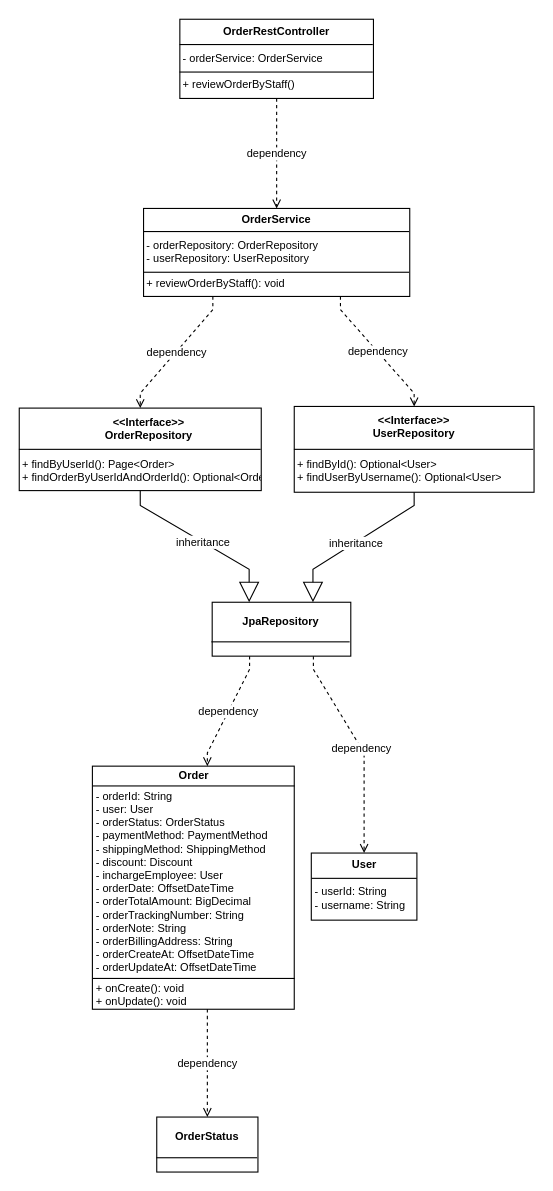
The draw.io diagram docs/drawio/approve-order-class-diagram.drawio in maxwell1904/SWP391, before the edit. Source tidied: cells renumbered, new cells numbered last; positions are measured from the earlier drawing's top-left corner, leaving out a move shared by most shapes. Both pictures are drawn from the tidied source at 110%, with x=0, y=0 at pixel (19, 19).
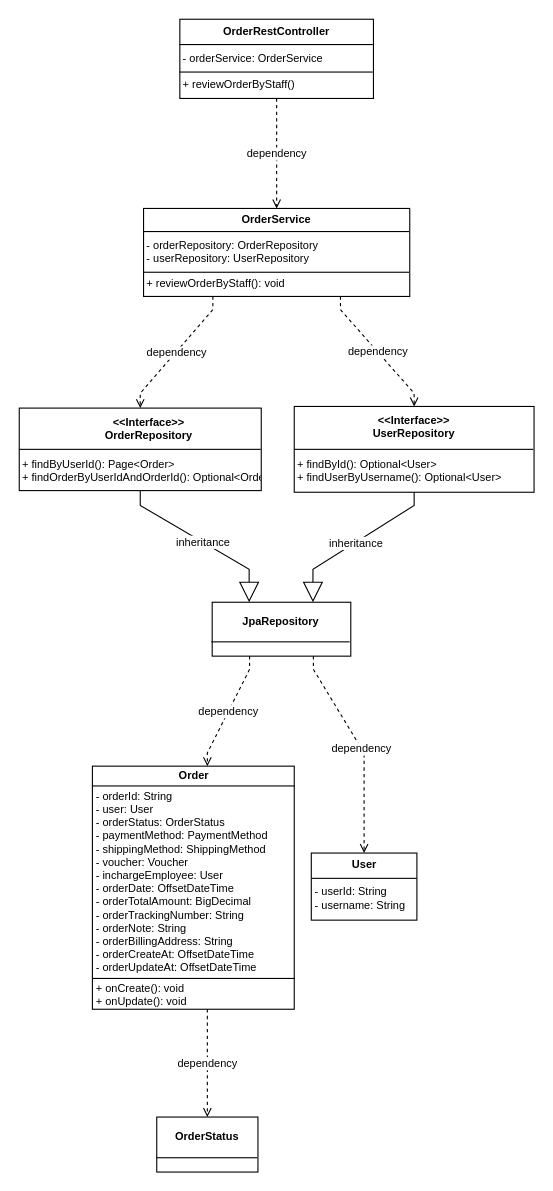
The same page after the edit.

The edit, as a diff of the source:
```diff
@@
-    <mxCell id="7" value="&lt;table style=&quot;width:100%;height:100%;border-collapse:collapse;font-size:10px;font-family:Helvetica;&quot; cellpadding=&quot;3&quot; cellspacing=&quot;0&quot;&gt;&lt;tr&gt;&lt;td style=&quot;border-bottom:1px solid #000;text-align:center;&quot;&gt;&lt;b&gt;Order&lt;/b&gt;&lt;/td&gt;&lt;/tr&gt;&lt;tr&gt;&lt;td style=&quot;border-bottom:1px solid #000;&quot; align=&quot;left&quot;&gt;- orderId: String&lt;br/&gt;- user: User&lt;br/&gt;- orderStatus: OrderStatus&lt;br/&gt;- paymentMethod: PaymentMethod&lt;br/&gt;- shippingMethod: ShippingMethod&lt;br/&gt;- discount: Discount&lt;br/&gt;- inchargeEmployee: User&lt;br/&gt;- orderDate: OffsetDateTime&lt;br/&gt;- orderTotalAmount: BigDecimal&lt;br/&gt;- orderTrackingNumber: String&lt;br/&gt;- orderNote: String&lt;br/&gt;- orderBillingAddress: String&lt;br/&gt;- orderCreateAt: OffsetDateTime&lt;br/&gt;- orderUpdateAt: OffsetDateTime&lt;/td&gt;&lt;/tr&gt;&lt;tr&gt;&lt;td align=&quot;left&quot;&gt;+ onCreate(): void&lt;br/&gt;+ onUpdate(): void&lt;/td&gt;&lt;/tr&gt;&lt;/table&gt;" style="shape=rectangle;html=1;overflow=fill;" parent="1" vertex="1">
+    <mxCell id="7" value="&lt;table style=&quot;width:100%;height:100%;border-collapse:collapse;font-size:10px;font-family:Helvetica;&quot; cellpadding=&quot;3&quot; cellspacing=&quot;0&quot;&gt;&lt;tr&gt;&lt;td style=&quot;border-bottom:1px solid #000;text-align:center;&quot;&gt;&lt;b&gt;Order&lt;/b&gt;&lt;/td&gt;&lt;/tr&gt;&lt;tr&gt;&lt;td style=&quot;border-bottom:1px solid #000;&quot; align=&quot;left&quot;&gt;- orderId: String&lt;br/&gt;- user: User&lt;br/&gt;- orderStatus: OrderStatus&lt;br/&gt;- paymentMethod: PaymentMethod&lt;br/&gt;- shippingMethod: ShippingMethod&lt;br/&gt;- voucher: Voucher&lt;br/&gt;- inchargeEmployee: User&lt;br/&gt;- orderDate: OffsetDateTime&lt;br/&gt;- orderTotalAmount: BigDecimal&lt;br/&gt;- orderTrackingNumber: String&lt;br/&gt;- orderNote: String&lt;br/&gt;- orderBillingAddress: String&lt;br/&gt;- orderCreateAt: OffsetDateTime&lt;br/&gt;- orderUpdateAt: OffsetDateTime&lt;/td&gt;&lt;/tr&gt;&lt;tr&gt;&lt;td align=&quot;left&quot;&gt;+ onCreate(): void&lt;br/&gt;+ onUpdate(): void&lt;/td&gt;&lt;/tr&gt;&lt;/table&gt;" style="shape=rectangle;html=1;overflow=fill;" parent="1" vertex="1">
       <mxGeometry x="66.5" y="679" width="183.5" height="221" as="geometry" />
     </mxCell>
```
